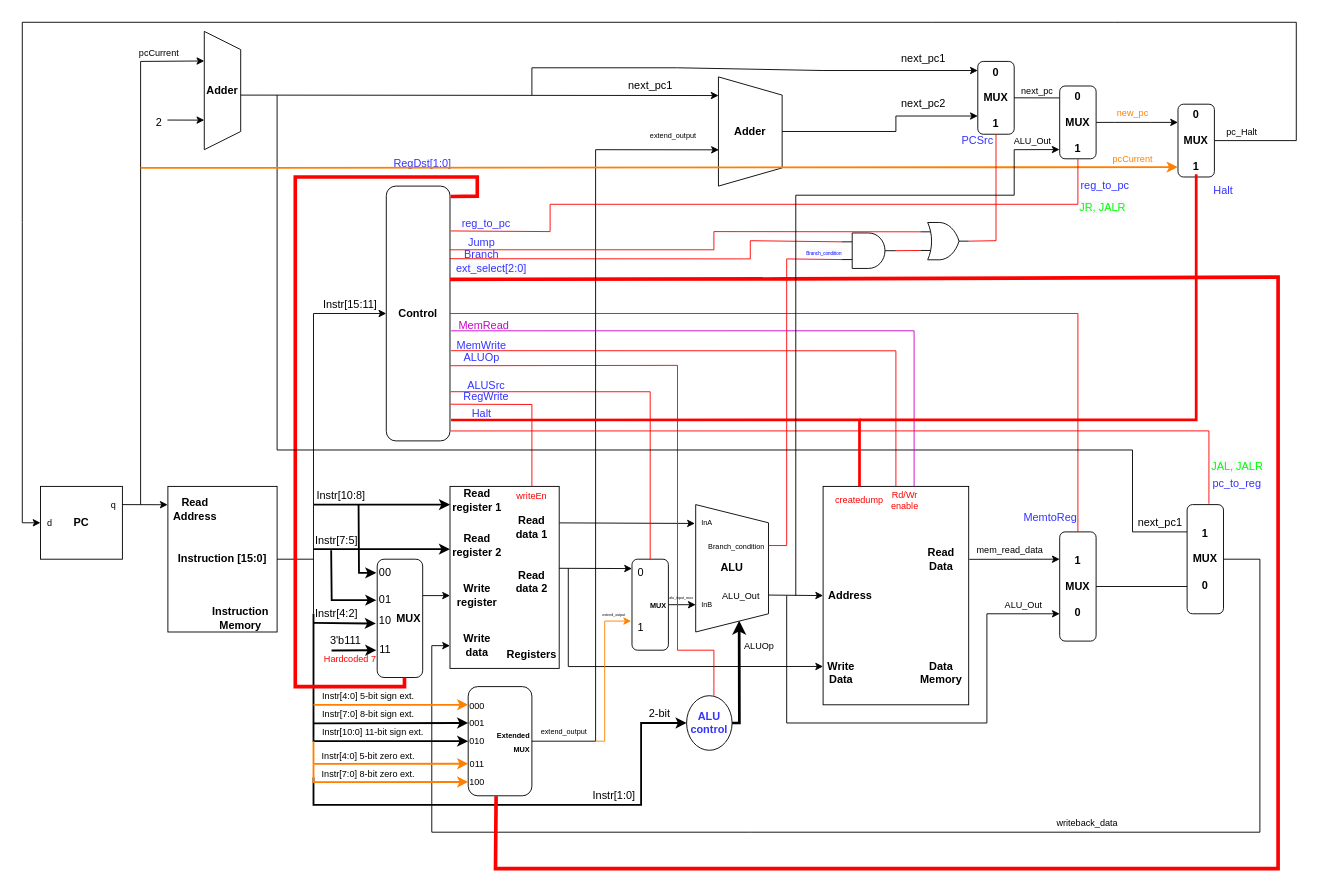
joshmeiyb/ECE552 keeps this draw.io diagram as WISC-SP22.drawio. Above is the earlier version. Source tidied: cells renumbered, new cells numbered last; positions are measured from the earlier drawing's top-left corner, leaving out a move shared by most shapes. Both pictures are drawn from the tidied source at 91%, with x=0, y=0 at pixel (22, 22).
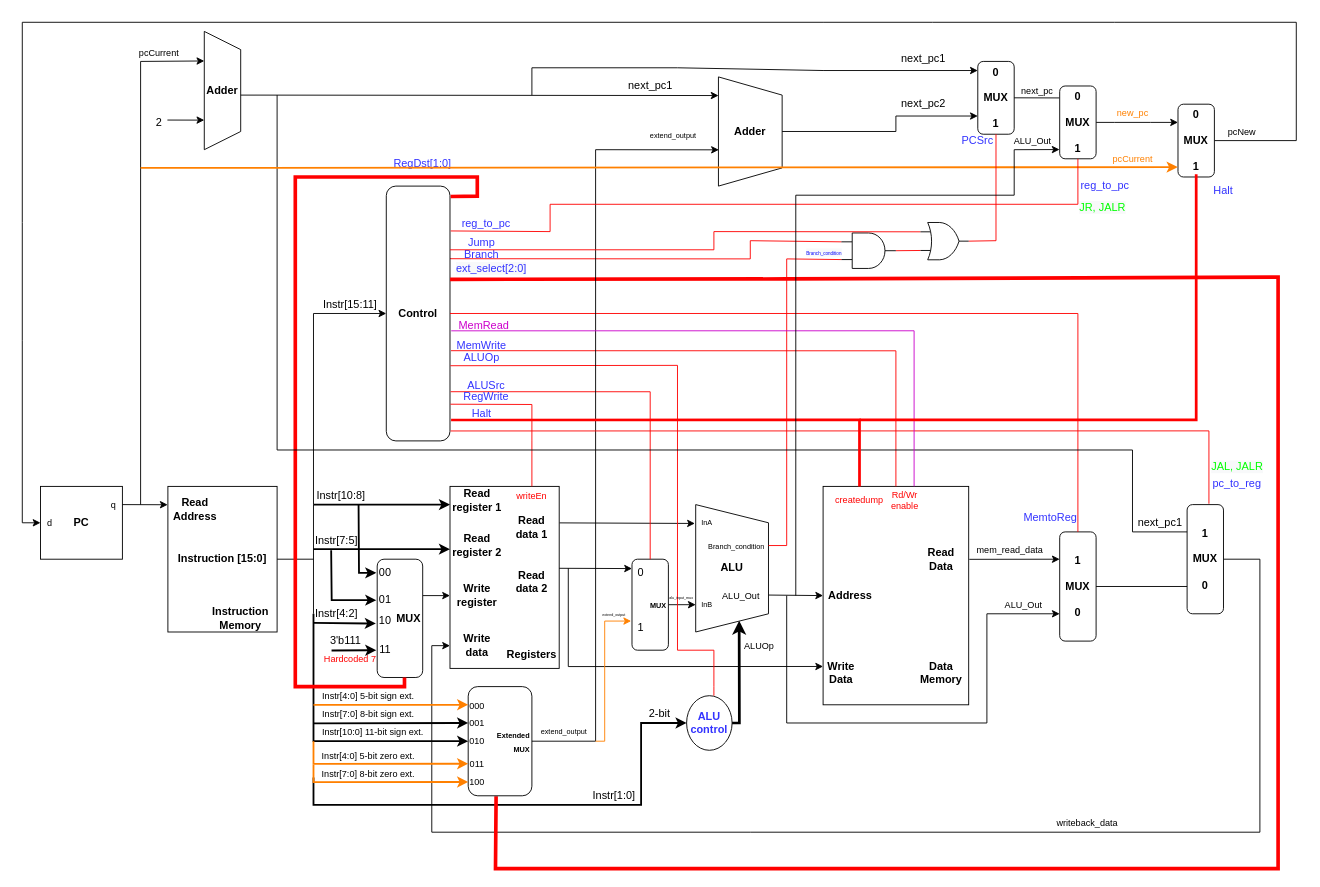
After the change.

Change to the diagram source:
```diff
@@
-    <mxCell id="134" value="pc_Halt" style="text;html=1;align=center;verticalAlign=middle;strokeColor=none;fillColor=none;fontSize=10;fontColor=#000000;" parent="1" vertex="1">
+    <mxCell id="134" value="pcNew" style="text;html=1;align=center;verticalAlign=middle;strokeColor=none;fillColor=none;fontSize=10;fontColor=#000000;" parent="1" vertex="1">
       <mxGeometry x="1315" y="110" width="50" height="20" as="geometry" />
     </mxCell>
```
